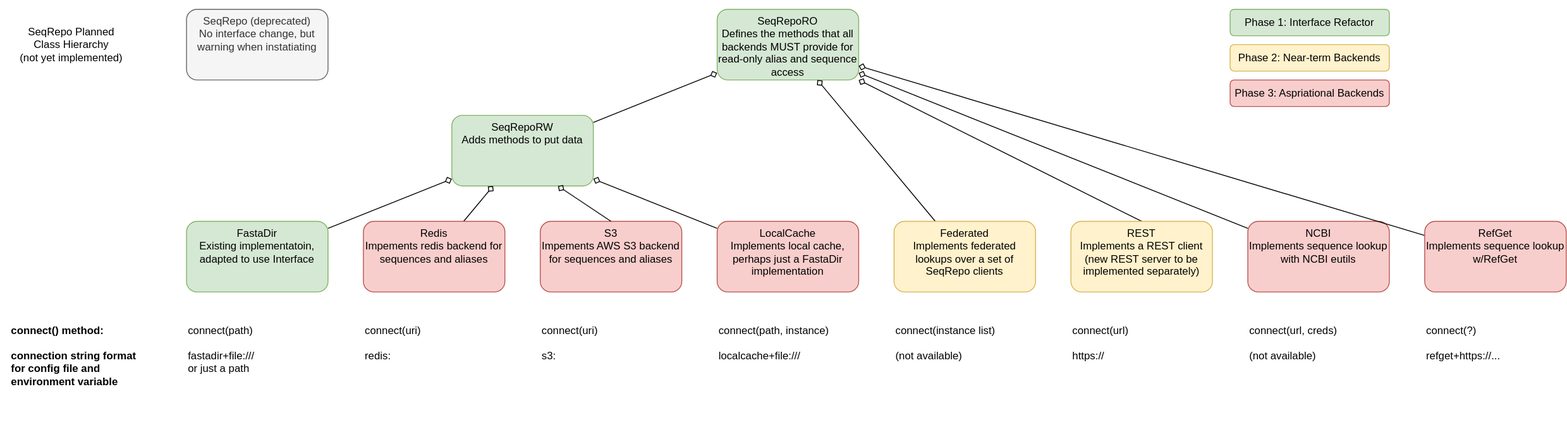
This is docs/class-hierarchy.drawio.svg from biocommons/biocommons.seqrepo, a draw.io export, as it was before one commit. Source tidied: cells renumbered, new cells last; positions are measured from the earlier drawing's top-left corner, leaving out a move shared by most shapes.
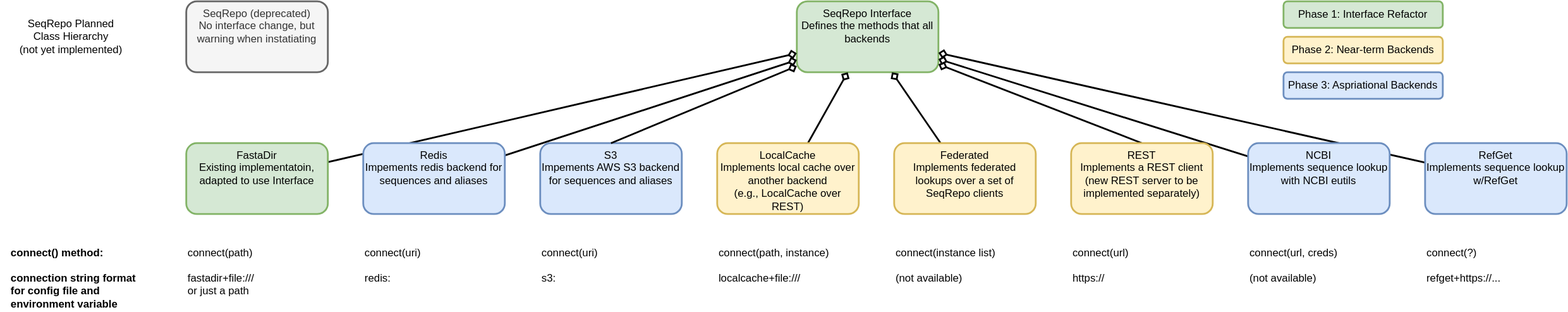
After the commit.

Commit message:
exempt issues from stale if associated with a milestone

Change to the diagram source:
```diff
@@ -1,107 +1,98 @@
-<mxGraphModel>
+<mxGraphModel background="#ffffff">
   <root>
     <mxCell id="0" />
     <mxCell id="1" parent="0" />
-    <mxCell id="2" style="group;" parent="1" vertex="1">
-      <mxGeometry width="1570" height="480" as="geometry" />
-    </mxCell>
-    <mxCell id="3" value="SeqRepo Planned&lt;br&gt;Class Hierarchy&lt;br&gt;(not yet implemented)" style="text;html=1;strokeColor=none;fillColor=none;align=center;verticalAlign=middle;whiteSpace=wrap;rounded=0;" parent="2" vertex="1">
-      <mxGeometry y="35" width="160" height="30" as="geometry" />
+    <mxCell id="3" value="SeqRepo Planned&lt;br&gt;Class Hierarchy&lt;br&gt;(not yet implemented)" style="text;html=1;strokeColor=none;fillColor=none;align=center;verticalAlign=middle;whiteSpace=wrap;rounded=0;" parent="1" vertex="1">
+      <mxGeometry y="115" width="160" height="30" as="geometry" />
     </mxCell>
-    <mxCell id="4" value="SeqRepoRW&lt;br&gt;Adds methods to put data" style="rounded=1;whiteSpace=wrap;html=1;verticalAlign=top;fillColor=#d5e8d4;strokeColor=#82b366;" parent="2" vertex="1">
-      <mxGeometry x="510" y="130" width="160" height="80" as="geometry" />
-    </mxCell>
-    <mxCell id="5" style="edgeStyle=none;html=1;endArrow=none;endFill=0;startArrow=diamond;startFill=0;" parent="2" edge="1" source="6" target="4">
-      <mxGeometry relative="1" as="geometry" />
-    </mxCell>
-    <mxCell id="6" value="SeqRepoRO&lt;br&gt;Defines the methods that all backends MUST provide for read-only alias and sequence access" style="rounded=1;whiteSpace=wrap;html=1;verticalAlign=top;fillColor=#d5e8d4;strokeColor=#82b366;" parent="2" vertex="1">
-      <mxGeometry x="810" y="10" width="160" height="80" as="geometry" />
+    <mxCell id="6" value="SeqRepo Interface&lt;br&gt;Defines the methods that all backends" style="rounded=1;whiteSpace=wrap;html=1;verticalAlign=top;fillColor=#d5e8d4;strokeColor=#82b366;strokeWidth=2;" parent="1" vertex="1">
+      <mxGeometry x="900" y="90" width="160" height="80" as="geometry" />
     </mxCell>
-    <mxCell id="7" style="edgeStyle=none;html=1;endArrow=diamond;endFill=0;" parent="2" edge="1" source="8" target="4">
+    <mxCell id="7" style="edgeStyle=none;html=1;endArrow=diamond;endFill=0;strokeWidth=2;" parent="1" edge="1" source="8" target="6">
       <mxGeometry relative="1" as="geometry" />
     </mxCell>
-    <mxCell id="8" value="FastaDir&lt;br&gt;Existing implementatoin, adapted to use Interface" style="rounded=1;whiteSpace=wrap;html=1;verticalAlign=top;fillColor=#d5e8d4;strokeColor=#82b366;" parent="2" vertex="1">
+    <mxCell id="8" value="FastaDir&lt;br&gt;Existing implementatoin, adapted to use Interface" style="rounded=1;whiteSpace=wrap;html=1;verticalAlign=top;fillColor=#d5e8d4;strokeColor=#82b366;strokeWidth=2;" parent="1" vertex="1">
       <mxGeometry x="210" y="250" width="160" height="80" as="geometry" />
     </mxCell>
-    <mxCell id="9" style="edgeStyle=none;html=1;endArrow=diamond;endFill=0;" parent="2" edge="1" source="10" target="4">
+    <mxCell id="9" style="edgeStyle=none;html=1;endArrow=diamond;endFill=0;strokeWidth=2;" parent="1" edge="1" source="10" target="6">
       <mxGeometry relative="1" as="geometry" />
     </mxCell>
-    <mxCell id="10" value="Redis&lt;br&gt;Impements redis backend for sequences and aliases" style="rounded=1;whiteSpace=wrap;html=1;verticalAlign=top;fillColor=#f8cecc;strokeColor=#b85450;" parent="2" vertex="1">
+    <mxCell id="10" value="Redis&lt;br&gt;Impements redis backend for sequences and aliases" style="rounded=1;whiteSpace=wrap;html=1;verticalAlign=top;fillColor=#dae8fc;strokeColor=#6c8ebf;strokeWidth=2;" parent="1" vertex="1">
       <mxGeometry x="410" y="250" width="160" height="80" as="geometry" />
     </mxCell>
-    <mxCell id="11" style="edgeStyle=none;html=1;endArrow=diamond;endFill=0;" parent="2" edge="1" source="12" target="4">
+    <mxCell id="11" style="edgeStyle=none;html=1;endArrow=diamond;endFill=0;strokeWidth=2;" parent="1" edge="1" source="12" target="6">
       <mxGeometry relative="1" as="geometry" />
     </mxCell>
-    <mxCell id="12" value="LocalCache&lt;br&gt;Implements local cache, perhaps just a FastaDir implementation" style="rounded=1;whiteSpace=wrap;html=1;verticalAlign=top;fillColor=#f8cecc;strokeColor=#b85450;" parent="2" vertex="1">
+    <mxCell id="12" value="LocalCache&lt;br&gt;Implements local cache over another backend&lt;br&gt;(e.g., LocalCache over REST)" style="rounded=1;whiteSpace=wrap;html=1;verticalAlign=top;fillColor=#fff2cc;strokeColor=#d6b656;strokeWidth=2;" parent="1" vertex="1">
       <mxGeometry x="810" y="250" width="160" height="80" as="geometry" />
     </mxCell>
-    <mxCell id="13" style="edgeStyle=none;html=1;endArrow=diamond;endFill=0;" parent="2" edge="1" source="14" target="6">
+    <mxCell id="13" style="edgeStyle=none;html=1;endArrow=diamond;endFill=0;strokeWidth=2;" parent="1" edge="1" source="14" target="6">
       <mxGeometry relative="1" as="geometry" />
     </mxCell>
-    <mxCell id="14" value="Federated&lt;br&gt;Implements federated lookups over a set of SeqRepo clients" style="rounded=1;whiteSpace=wrap;html=1;verticalAlign=top;fillColor=#fff2cc;strokeColor=#d6b656;" parent="2" vertex="1">
+    <mxCell id="14" value="Federated&lt;br&gt;Implements federated lookups over a set of SeqRepo clients" style="rounded=1;whiteSpace=wrap;html=1;verticalAlign=top;fillColor=#fff2cc;strokeColor=#d6b656;fontColor=#000000;strokeWidth=2;" parent="1" vertex="1">
       <mxGeometry x="1010" y="250" width="160" height="80" as="geometry" />
     </mxCell>
-    <mxCell id="15" style="edgeStyle=none;html=1;exitX=0.5;exitY=0;exitDx=0;exitDy=0;endArrow=diamond;endFill=0;" parent="2" edge="1" source="16" target="6">
+    <mxCell id="15" style="edgeStyle=none;html=1;exitX=0.5;exitY=0;exitDx=0;exitDy=0;endArrow=diamond;endFill=0;strokeWidth=2;" parent="1" edge="1" source="16" target="6">
       <mxGeometry relative="1" as="geometry" />
     </mxCell>
+    <mxCell id="17" style="edgeStyle=none;html=1;endArrow=diamond;endFill=0;strokeWidth=2;" parent="1" edge="1" source="18" target="6">
+      <mxGeometry relative="1" as="geometry" />
+    </mxCell>
-    <mxCell id="16" value="REST&lt;br&gt;Implements a REST client&lt;br&gt;(new REST server to be implemented separately)" style="rounded=1;whiteSpace=wrap;html=1;verticalAlign=top;fillColor=#fff2cc;strokeColor=#d6b656;" parent="2" vertex="1">
+    <mxCell id="16" value="REST&lt;br&gt;Implements a REST client&lt;br&gt;(new REST server to be implemented separately)" style="rounded=1;whiteSpace=wrap;html=1;verticalAlign=top;fillColor=#fff2cc;strokeColor=#d6b656;fontColor=#000000;strokeWidth=2;" parent="1" vertex="1">
       <mxGeometry x="1210" y="250" width="160" height="80" as="geometry" />
     </mxCell>
-    <mxCell id="17" style="edgeStyle=none;html=1;endArrow=diamond;endFill=0;" parent="2" edge="1" source="18" target="6">
-      <mxGeometry relative="1" as="geometry" />
-    </mxCell>
+    <mxCell id="19" style="edgeStyle=none;html=1;endArrow=diamond;endFill=0;strokeWidth=2;" parent="1" edge="1" source="20" target="6">
+      <mxGeometry relative="1" as="geometry" />
+    </mxCell>
-    <mxCell id="18" value="NCBI&lt;br&gt;Implements sequence lookup with NCBI eutils" style="rounded=1;whiteSpace=wrap;html=1;verticalAlign=top;fillColor=#f8cecc;strokeColor=#b85450;" parent="2" vertex="1">
+    <mxCell id="18" value="NCBI&lt;br&gt;Implements sequence lookup with NCBI eutils" style="rounded=1;whiteSpace=wrap;html=1;verticalAlign=top;fillColor=#dae8fc;strokeColor=#6c8ebf;strokeWidth=2;" parent="1" vertex="1">
       <mxGeometry x="1410" y="250" width="160" height="80" as="geometry" />
     </mxCell>
-    <mxCell id="19" style="edgeStyle=none;html=1;endArrow=diamond;endFill=0;" parent="2" edge="1" source="20" target="6">
-      <mxGeometry relative="1" as="geometry" />
-    </mxCell>
-    <mxCell id="20" value="RefGet&lt;br&gt;Implements sequence lookup w/RefGet" style="rounded=1;whiteSpace=wrap;html=1;verticalAlign=top;fillColor=#f8cecc;strokeColor=#b85450;" parent="2" vertex="1">
+    <mxCell id="20" value="RefGet&lt;br&gt;Implements sequence lookup w/RefGet" style="rounded=1;whiteSpace=wrap;html=1;verticalAlign=top;fillColor=#dae8fc;strokeColor=#6c8ebf;strokeWidth=2;" parent="1" vertex="1">
       <mxGeometry x="1610" y="250" width="160" height="80" as="geometry" />
     </mxCell>
-    <mxCell id="21" value="connect(path)&lt;br&gt;&lt;br&gt;fastadir+file:///&lt;br&gt;or just a path" style="text;html=1;strokeColor=none;fillColor=none;align=left;verticalAlign=top;whiteSpace=wrap;rounded=0;" parent="2" vertex="1">
+    <mxCell id="21" value="connect(path)&lt;br&gt;&lt;br&gt;fastadir+file:///&lt;br&gt;or just a path" style="text;html=1;strokeColor=none;fillColor=none;align=left;verticalAlign=top;whiteSpace=wrap;rounded=0;" parent="1" vertex="1">
       <mxGeometry x="210" y="360" width="160" height="80" as="geometry" />
     </mxCell>
-    <mxCell id="22" value="connect(uri)&lt;br&gt;&lt;br&gt;redis:" style="text;html=1;strokeColor=none;fillColor=none;align=left;verticalAlign=top;whiteSpace=wrap;rounded=0;" parent="2" vertex="1">
+    <mxCell id="22" value="connect(uri)&lt;br&gt;&lt;br&gt;redis:" style="text;html=1;strokeColor=none;fillColor=none;align=left;verticalAlign=top;whiteSpace=wrap;rounded=0;" parent="1" vertex="1">
       <mxGeometry x="410" y="360" width="160" height="80" as="geometry" />
     </mxCell>
-    <mxCell id="23" value="connect(path, instance)&lt;br&gt;&lt;br&gt;localcache+file:///" style="text;html=1;strokeColor=none;fillColor=none;align=left;verticalAlign=top;whiteSpace=wrap;rounded=0;" parent="2" vertex="1">
+    <mxCell id="23" value="connect(path, instance)&lt;br&gt;&lt;br&gt;localcache+file:///" style="text;html=1;strokeColor=none;fillColor=none;align=left;verticalAlign=top;whiteSpace=wrap;rounded=0;" parent="1" vertex="1">
       <mxGeometry x="810" y="360" width="160" height="80" as="geometry" />
     </mxCell>
-    <mxCell id="24" value="connect(instance list)&lt;br&gt;&lt;br&gt;(not available)" style="text;html=1;strokeColor=none;fillColor=none;align=left;verticalAlign=top;whiteSpace=wrap;rounded=0;" parent="2" vertex="1">
+    <mxCell id="24" value="connect(instance list)&lt;br&gt;&lt;br&gt;(not available)" style="text;html=1;strokeColor=none;fillColor=none;align=left;verticalAlign=top;whiteSpace=wrap;rounded=0;" parent="1" vertex="1">
       <mxGeometry x="1010" y="360" width="160" height="80" as="geometry" />
     </mxCell>
-    <mxCell id="25" value="connect(url)&lt;br&gt;&lt;br&gt;https://" style="text;html=1;strokeColor=none;fillColor=none;align=left;verticalAlign=top;whiteSpace=wrap;rounded=0;" parent="2" vertex="1">
+    <mxCell id="25" value="connect(url)&lt;br&gt;&lt;br&gt;https://" style="text;html=1;strokeColor=none;fillColor=none;align=left;verticalAlign=top;whiteSpace=wrap;rounded=0;" parent="1" vertex="1">
       <mxGeometry x="1210" y="360" width="160" height="80" as="geometry" />
     </mxCell>
-    <mxCell id="26" value="connect(url, creds)&lt;br&gt;&lt;br&gt;(not available)" style="text;html=1;strokeColor=none;fillColor=none;align=left;verticalAlign=top;whiteSpace=wrap;rounded=0;" parent="2" vertex="1">
+    <mxCell id="26" value="connect(url, creds)&lt;br&gt;&lt;br&gt;(not available)" style="text;html=1;strokeColor=none;fillColor=none;align=left;verticalAlign=top;whiteSpace=wrap;rounded=0;" parent="1" vertex="1">
       <mxGeometry x="1410" y="360" width="160" height="80" as="geometry" />
     </mxCell>
-    <mxCell id="27" value="connect(?)&lt;br&gt;&lt;br&gt;refget+https://..." style="text;html=1;strokeColor=none;fillColor=none;align=left;verticalAlign=top;whiteSpace=wrap;rounded=0;" parent="2" vertex="1">
+    <mxCell id="27" value="connect(?)&lt;br&gt;&lt;br&gt;refget+https://..." style="text;html=1;strokeColor=none;fillColor=none;align=left;verticalAlign=top;whiteSpace=wrap;rounded=0;" parent="1" vertex="1">
       <mxGeometry x="1610" y="360" width="160" height="80" as="geometry" />
     </mxCell>
-    <mxCell id="28" value="SeqRepo (deprecated)&lt;br&gt;No interface change, but warning when instatiating" style="rounded=1;whiteSpace=wrap;html=1;verticalAlign=top;fillColor=#f5f5f5;fontColor=#333333;strokeColor=#666666;" parent="2" vertex="1">
-      <mxGeometry x="210" y="10" width="160" height="80" as="geometry" />
+    <mxCell id="28" value="SeqRepo (deprecated)&lt;br&gt;No interface change, but warning when instatiating" style="rounded=1;whiteSpace=wrap;html=1;verticalAlign=top;fillColor=#f5f5f5;fontColor=#333333;strokeColor=#666666;strokeWidth=2;" parent="1" vertex="1">
+      <mxGeometry x="210" y="90" width="160" height="80" as="geometry" />
     </mxCell>
-    <mxCell id="29" value="connect() method:&lt;br&gt;&lt;br&gt;connection string format&lt;br&gt;for config file and environment variable" style="text;html=1;strokeColor=none;fillColor=none;align=left;verticalAlign=top;whiteSpace=wrap;rounded=0;fontStyle=1;" parent="2" vertex="1">
+    <mxCell id="29" value="connect() method:&lt;br&gt;&lt;br&gt;connection string format&lt;br&gt;for config file and environment variable" style="text;html=1;strokeColor=none;fillColor=none;align=left;verticalAlign=top;whiteSpace=wrap;rounded=0;fontStyle=1;" parent="1" vertex="1">
       <mxGeometry x="10" y="360" width="160" height="80" as="geometry" />
     </mxCell>
-    <mxCell id="30" value="Phase 1: Interface Refactor" style="rounded=1;whiteSpace=wrap;html=1;verticalAlign=middle;fillColor=#d5e8d4;strokeColor=#82b366;" parent="2" vertex="1">
-      <mxGeometry x="1390" y="10" width="180" height="30" as="geometry" />
+    <mxCell id="30" value="Phase 1: Interface Refactor" style="rounded=1;whiteSpace=wrap;html=1;verticalAlign=middle;fillColor=#d5e8d4;strokeColor=#82b366;strokeWidth=2;" parent="1" vertex="1">
+      <mxGeometry x="1450" y="90" width="180" height="30" as="geometry" />
     </mxCell>
-    <mxCell id="31" value="Phase 2: Near-term Backends" style="rounded=1;whiteSpace=wrap;html=1;verticalAlign=middle;fillColor=#fff2cc;strokeColor=#d6b656;" parent="2" vertex="1">
-      <mxGeometry x="1390" y="50" width="180" height="30" as="geometry" />
+    <mxCell id="31" value="Phase 2: Near-term Backends" style="rounded=1;whiteSpace=wrap;html=1;verticalAlign=middle;fillColor=#fff2cc;strokeColor=#d6b656;fontColor=#000000;strokeWidth=2;" parent="1" vertex="1">
+      <mxGeometry x="1450" y="130" width="180" height="30" as="geometry" />
     </mxCell>
-    <mxCell id="32" value="Phase 3: Aspriational Backends" style="rounded=1;whiteSpace=wrap;html=1;verticalAlign=middle;fillColor=#f8cecc;strokeColor=#b85450;" parent="2" vertex="1">
-      <mxGeometry x="1390" y="90" width="180" height="30" as="geometry" />
+    <mxCell id="32" value="Phase 3: Aspriational Backends" style="rounded=1;whiteSpace=wrap;html=1;verticalAlign=middle;fillColor=#dae8fc;strokeColor=#6c8ebf;strokeWidth=2;" parent="1" vertex="1">
+      <mxGeometry x="1450" y="170" width="180" height="30" as="geometry" />
     </mxCell>
-    <mxCell id="33" value="S3&lt;br&gt;Impements AWS S3 backend for sequences and aliases" style="rounded=1;whiteSpace=wrap;html=1;verticalAlign=top;fillColor=#f8cecc;strokeColor=#b85450;" parent="2" vertex="1">
+    <mxCell id="33" value="S3&lt;br&gt;Impements AWS S3 backend for sequences and aliases" style="rounded=1;whiteSpace=wrap;html=1;verticalAlign=top;fillColor=#dae8fc;strokeColor=#6c8ebf;strokeWidth=2;" parent="1" vertex="1">
       <mxGeometry x="610" y="250" width="160" height="80" as="geometry" />
     </mxCell>
-    <mxCell id="34" style="edgeStyle=none;html=1;exitX=0.75;exitY=1;exitDx=0;exitDy=0;entryX=0.5;entryY=0;entryDx=0;entryDy=0;startArrow=diamond;startFill=0;endArrow=none;endFill=0;" parent="2" edge="1" source="4" target="33">
+    <mxCell id="34" style="edgeStyle=none;html=1;entryX=0.5;entryY=0;entryDx=0;entryDy=0;startArrow=diamond;startFill=0;endArrow=none;endFill=0;strokeWidth=2;" parent="1" edge="1" source="6" target="33">
       <mxGeometry relative="1" as="geometry" />
     </mxCell>
-    <mxCell id="35" value="connect(uri)&lt;br&gt;&lt;br&gt;s3:" style="text;html=1;strokeColor=none;fillColor=none;align=left;verticalAlign=top;whiteSpace=wrap;rounded=0;" parent="2" vertex="1">
+    <mxCell id="35" value="connect(uri)&lt;br&gt;&lt;br&gt;s3:" style="text;html=1;strokeColor=none;fillColor=none;align=left;verticalAlign=top;whiteSpace=wrap;rounded=0;" parent="1" vertex="1">
       <mxGeometry x="610" y="360" width="160" height="80" as="geometry" />
     </mxCell>
   </root>
```
